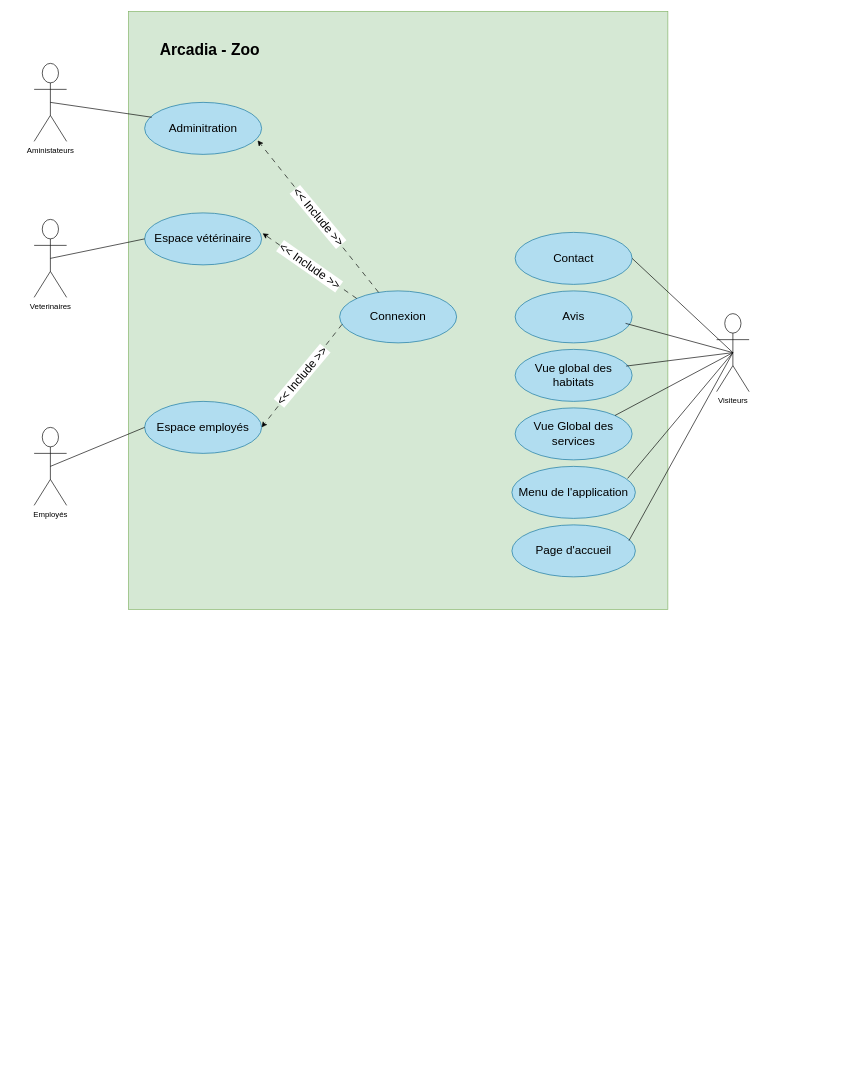
Earlier version of the draw.io diagram Arcadia_zoo.drawio (Mike-mg/Arcadia_Zoo). Source tidied: cells renumbered, new cells numbered last; positions are measured from the earlier drawing's top-left corner, leaving out a move shared by most shapes. Both pictures are drawn from the tidied source at 65%, with x=0, y=0 at pixel (34, 11).
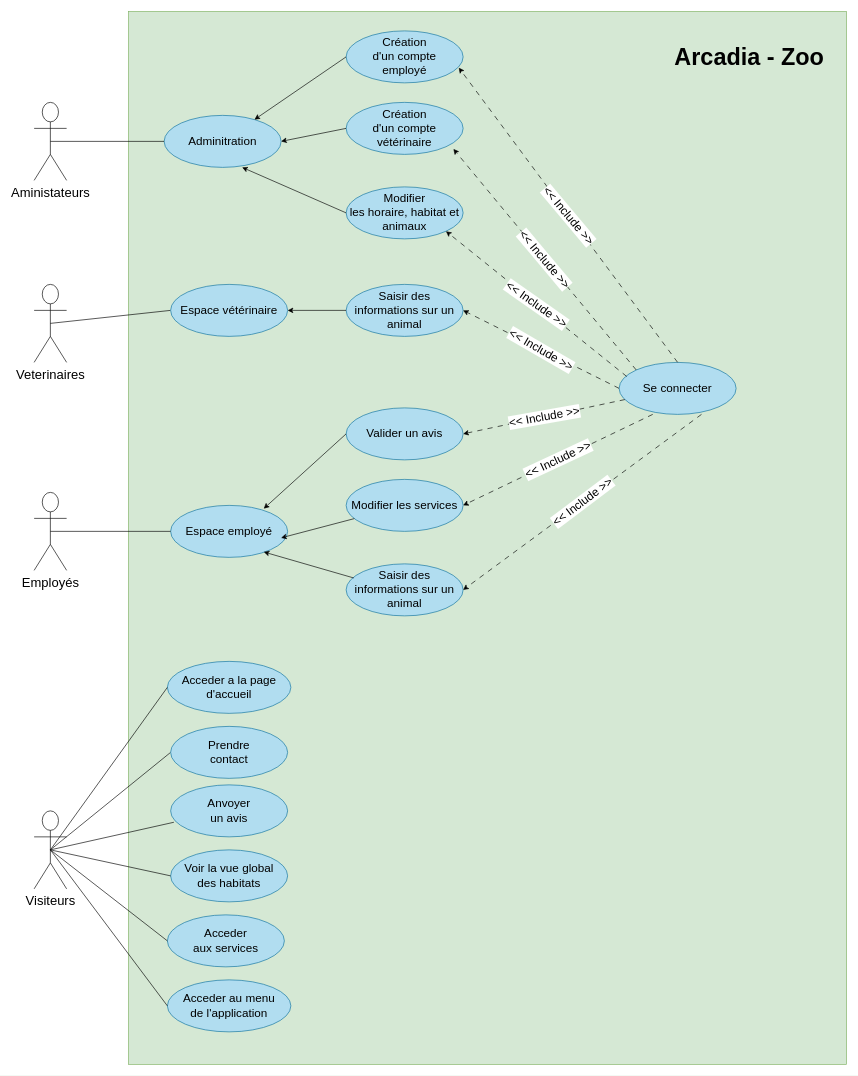
After the change.

Commit message (it also covers changes not shown here):
Mettre à jour Arcadia_zoo.drawio

What changed in the source:
```diff
@@
     <mxCell id="2" style="rounded=0;whiteSpace=wrap;html=1;fillColor=#d5e8d4;strokeColor=#82b366;shadow=0;glass=0;" parent="1" vertex="1">
-      <mxGeometry x="145" width="830" height="920" as="geometry" />
+      <mxGeometry x="145" width="1105" height="1620" as="geometry" />
     </mxCell>
-    <mxCell id="3" value="Employés" style="shape=umlActor;verticalLabelPosition=bottom;verticalAlign=top;html=1;outlineConnect=0;" parent="1" vertex="1">
-      <mxGeometry y="640" width="50" height="120" as="geometry" />
+    <mxCell id="3" value="&lt;font style=&quot;font-size: 20px;&quot;&gt;Employés&lt;/font&gt;" style="shape=umlActor;verticalLabelPosition=bottom;verticalAlign=top;html=1;outlineConnect=0;" parent="1" vertex="1">
+      <mxGeometry y="740" width="50" height="120" as="geometry" />
     </mxCell>
-    <mxCell id="4" value="Aministateurs" style="shape=umlActor;verticalLabelPosition=bottom;verticalAlign=top;html=1;outlineConnect=0;" parent="1" vertex="1">
-      <mxGeometry y="80" width="50" height="120" as="geometry" />
+    <mxCell id="4" value="&lt;font style=&quot;font-size: 20px;&quot;&gt;Aministateurs&lt;/font&gt;" style="shape=umlActor;verticalLabelPosition=bottom;verticalAlign=top;html=1;outlineConnect=0;" parent="1" vertex="1">
+      <mxGeometry y="140" width="50" height="120" as="geometry" />
     </mxCell>
-    <mxCell id="5" value="Visiteurs" style="shape=umlActor;verticalLabelPosition=bottom;verticalAlign=top;html=1;outlineConnect=0;" parent="1" vertex="1">
-      <mxGeometry x="1050" y="465" width="50" height="120" as="geometry" />
+    <mxCell id="5" value="&lt;font style=&quot;font-size: 20px;&quot;&gt;Visiteurs&lt;/font&gt;" style="shape=umlActor;verticalLabelPosition=bottom;verticalAlign=top;html=1;outlineConnect=0;" parent="1" vertex="1">
+      <mxGeometry y="1230" width="50" height="120" as="geometry" />
     </mxCell>
-    <mxCell id="6" value="Arcadia - Zoo" style="text;strokeColor=none;fillColor=none;html=1;fontSize=24;fontStyle=1;verticalAlign=middle;align=center;rounded=0;" parent="1" vertex="1">
-      <mxGeometry x="180" y="40" width="180" height="40" as="geometry" />
+    <mxCell id="6" value="&lt;font style=&quot;font-size: 36px;&quot;&gt;Arcadia - Zoo&lt;/font&gt;" style="text;strokeColor=none;fillColor=none;html=1;fontSize=24;fontStyle=1;verticalAlign=middle;align=center;rounded=0;" parent="1" vertex="1">
+      <mxGeometry x="990" y="40" width="220" height="60" as="geometry" />
     </mxCell>
-    <mxCell id="7" value="&lt;font style=&quot;font-size: 18px;&quot;&gt;Menu de l'application&lt;/font&gt;" style="ellipse;whiteSpace=wrap;html=1;fillColor=#b1ddf0;strokeColor=#10739e;" parent="1" vertex="1">
-      <mxGeometry x="735" y="700" width="190" height="80" as="geometry" />
+    <mxCell id="7" value="&lt;font style=&quot;font-size: 18px;&quot;&gt;Acceder au menu&lt;/font&gt;&lt;div&gt;&lt;font style=&quot;font-size: 18px;&quot;&gt;de l'application&lt;/font&gt;&lt;/div&gt;" style="ellipse;whiteSpace=wrap;html=1;fillColor=#b1ddf0;strokeColor=#10739e;" parent="1" vertex="1">
+      <mxGeometry x="205" y="1490" width="190" height="80" as="geometry" />
     </mxCell>
-    <mxCell id="8" value="Veterinaires" style="shape=umlActor;verticalLabelPosition=bottom;verticalAlign=top;html=1;outlineConnect=0;" parent="1" vertex="1">
-      <mxGeometry y="320" width="50" height="120" as="geometry" />
+    <mxCell id="8" value="&lt;font style=&quot;font-size: 20px;&quot;&gt;Veterinaires&lt;/font&gt;" style="shape=umlActor;verticalLabelPosition=bottom;verticalAlign=top;html=1;outlineConnect=0;" parent="1" vertex="1">
+      <mxGeometry y="420" width="50" height="120" as="geometry" />
     </mxCell>
-    <mxCell id="9" value="&lt;font style=&quot;font-size: 18px;&quot;&gt;Connexion&lt;/font&gt;" style="ellipse;whiteSpace=wrap;html=1;fillColor=#b1ddf0;strokeColor=#10739e;" parent="1" vertex="1">
-      <mxGeometry x="470" y="430" width="180" height="80" as="geometry" />
+    <mxCell id="9" value="&lt;font style=&quot;font-size: 18px;&quot;&gt;Se connecter&lt;/font&gt;" style="ellipse;whiteSpace=wrap;html=1;fillColor=#b1ddf0;strokeColor=#10739e;" parent="1" vertex="1">
+      <mxGeometry x="900" y="540" width="180" height="80" as="geometry" />
     </mxCell>
-    <mxCell id="10" value="&lt;font style=&quot;font-size: 18px;&quot;&gt;Vue global des habitats&lt;/font&gt;" style="ellipse;whiteSpace=wrap;html=1;fillColor=#b1ddf0;strokeColor=#10739e;" parent="1" vertex="1">
-      <mxGeometry x="740" y="520" width="180" height="80" as="geometry" />
+    <mxCell id="10" value="&lt;font style=&quot;font-size: 18px;&quot;&gt;Voir la vue global&lt;/font&gt;&lt;div&gt;&lt;font style=&quot;font-size: 18px;&quot;&gt;des habitats&lt;/font&gt;&lt;/div&gt;" style="ellipse;whiteSpace=wrap;html=1;fillColor=#b1ddf0;strokeColor=#10739e;" parent="1" vertex="1">
+      <mxGeometry x="210" y="1290" width="180" height="80" as="geometry" />
     </mxCell>
-    <mxCell id="11" value="&lt;font style=&quot;font-size: 18px;&quot;&gt;Vue Global des services&lt;/font&gt;" style="ellipse;whiteSpace=wrap;html=1;fillColor=#b1ddf0;strokeColor=#10739e;" parent="1" vertex="1">
-      <mxGeometry x="740" y="610" width="180" height="80" as="geometry" />
+    <mxCell id="11" value="&lt;font style=&quot;font-size: 18px;&quot;&gt;Acceder&lt;/font&gt;&lt;div&gt;&lt;font style=&quot;font-size: 18px;&quot;&gt;aux services&lt;/font&gt;&lt;/div&gt;" style="ellipse;whiteSpace=wrap;html=1;fillColor=#b1ddf0;strokeColor=#10739e;" parent="1" vertex="1">
+      <mxGeometry x="205" y="1390" width="180" height="80" as="geometry" />
     </mxCell>
-    <mxCell id="12" value="&lt;font style=&quot;font-size: 18px;&quot;&gt;Page d'accueil&lt;/font&gt;" style="ellipse;whiteSpace=wrap;html=1;fillColor=#b1ddf0;strokeColor=#10739e;" parent="1" vertex="1">
-      <mxGeometry x="735" y="790" width="190" height="80" as="geometry" />
+    <mxCell id="12" value="&lt;font style=&quot;font-size: 18px;&quot;&gt;Acceder a la page d'accueil&lt;/font&gt;" style="ellipse;whiteSpace=wrap;html=1;fillColor=#b1ddf0;strokeColor=#10739e;" parent="1" vertex="1">
+      <mxGeometry x="205" y="1000" width="190" height="80" as="geometry" />
     </mxCell>
-    <mxCell id="13" style="endArrow=none;html=1;rounded=0;exitX=0.937;exitY=0.232;exitDx=0;exitDy=0;exitPerimeter=0;entryX=0.5;entryY=0.5;entryDx=0;entryDy=0;entryPerimeter=0;" parent="1" edge="1" source="7" target="5">
+    <mxCell id="13" style="endArrow=none;html=1;rounded=0;exitX=0;exitY=0.5;exitDx=0;exitDy=0;entryX=0.5;entryY=0.5;entryDx=0;entryDy=0;entryPerimeter=0;" parent="1" edge="1" source="7" target="5">
       <mxGeometry relative="1" as="geometry" />
     </mxCell>
-    <mxCell id="14" style="endArrow=none;html=1;rounded=0;exitX=0.948;exitY=0.304;exitDx=0;exitDy=0;exitPerimeter=0;entryX=0.5;entryY=0.5;entryDx=0;entryDy=0;entryPerimeter=0;" parent="1" edge="1" source="12" target="5">
+    <mxCell id="14" style="endArrow=none;html=1;rounded=0;exitX=0;exitY=0.5;exitDx=0;exitDy=0;entryX=0.5;entryY=0.5;entryDx=0;entryDy=0;entryPerimeter=0;" parent="1" edge="1" source="12" target="5">
       <mxGeometry relative="1" as="geometry" />
     </mxCell>
-    <mxCell id="15" style="endArrow=none;html=1;rounded=0;exitX=1;exitY=0;exitDx=0;exitDy=0;entryX=0.5;entryY=0.5;entryDx=0;entryDy=0;entryPerimeter=0;" parent="1" edge="1" source="11" target="5">
+    <mxCell id="15" style="endArrow=none;html=1;rounded=0;exitX=0;exitY=0.5;exitDx=0;exitDy=0;entryX=0.5;entryY=0.5;entryDx=0;entryDy=0;entryPerimeter=0;" parent="1" edge="1" source="17" target="5">
       <mxGeometry relative="1" as="geometry" />
     </mxCell>
-    <mxCell id="16" style="endArrow=none;html=1;rounded=0;exitX=0.949;exitY=0.321;exitDx=0;exitDy=0;exitPerimeter=0;entryX=0.5;entryY=0.5;entryDx=0;entryDy=0;entryPerimeter=0;" parent="1" edge="1" source="10" target="5">
+    <mxCell id="16" style="endArrow=none;html=1;rounded=0;exitX=0;exitY=0.5;exitDx=0;exitDy=0;entryX=0.5;entryY=0.5;entryDx=0;entryDy=0;entryPerimeter=0;" parent="1" edge="1" source="10" target="5">
       <mxGeometry relative="1" as="geometry" />
     </mxCell>
-    <mxCell id="17" value="&lt;font style=&quot;font-size: 18px;&quot;&gt;Contact&lt;/font&gt;" style="ellipse;whiteSpace=wrap;html=1;fillColor=#b1ddf0;strokeColor=#10739e;" parent="1" vertex="1">
-      <mxGeometry x="740" y="340" width="180" height="80" as="geometry" />
-    </mxCell>
-    <mxCell id="18" value="&lt;font style=&quot;font-size: 18px;&quot;&gt;Avis&lt;/font&gt;" style="ellipse;whiteSpace=wrap;html=1;fillColor=#b1ddf0;strokeColor=#10739e;" parent="1" vertex="1">
-      <mxGeometry x="740" y="430" width="180" height="80" as="geometry" />
+    <mxCell id="18" value="&lt;font style=&quot;font-size: 18px;&quot;&gt;Anvoyer&lt;/font&gt;&lt;div&gt;&lt;font style=&quot;font-size: 18px;&quot;&gt;un avis&lt;/font&gt;&lt;/div&gt;" style="ellipse;whiteSpace=wrap;html=1;fillColor=#b1ddf0;strokeColor=#10739e;" parent="1" vertex="1">
+      <mxGeometry x="210" y="1190" width="180" height="80" as="geometry" />
     </mxCell>
-    <mxCell id="19" style="endArrow=none;html=1;rounded=0;exitX=0.944;exitY=0.625;exitDx=0;exitDy=0;exitPerimeter=0;entryX=0.5;entryY=0.5;entryDx=0;entryDy=0;entryPerimeter=0;" parent="1" edge="1" source="18" target="5">
+    <mxCell id="19" style="endArrow=none;html=1;rounded=0;exitX=0.028;exitY=0.719;exitDx=0;exitDy=0;exitPerimeter=0;entryX=0.5;entryY=0.5;entryDx=0;entryDy=0;entryPerimeter=0;" parent="1" edge="1" source="18" target="5">
       <mxGeometry relative="1" as="geometry" />
     </mxCell>
-    <mxCell id="20" style="endArrow=none;html=1;rounded=0;exitX=1;exitY=0.5;exitDx=0;exitDy=0;entryX=0.5;entryY=0.5;entryDx=0;entryDy=0;entryPerimeter=0;" parent="1" edge="1" source="17" target="5">
-      <mxGeometry relative="1" as="geometry" />
-    </mxCell>
     <mxCell id="21" value="&lt;font style=&quot;font-size: 18px;&quot;&gt;Adminitration&lt;/font&gt;" style="ellipse;whiteSpace=wrap;html=1;fillColor=#b1ddf0;strokeColor=#10739e;" parent="1" vertex="1">
-      <mxGeometry x="170" y="140" width="180" height="80" as="geometry" />
+      <mxGeometry x="200" y="160" width="180" height="80" as="geometry" />
     </mxCell>
-    <mxCell id="22" style="endArrow=classic;html=1;rounded=0;entryX=0.966;entryY=0.732;entryDx=0;entryDy=0;entryPerimeter=0;endFill=1;dashed=1;dashPattern=8 8;" parent="1" edge="1" source="9" target="21">
-      <mxGeometry relative="1" as="geometry" />
-    </mxCell>
-    <mxCell id="23" value="&lt;font style=&quot;font-size: 18px;&quot;&gt;&amp;lt;&amp;lt; Include &amp;gt;&amp;gt;&lt;/font&gt;" style="edgeLabel;html=1;align=center;verticalAlign=middle;rotation=50;" parent="22" vertex="1">
-      <mxGeometry relative="1" as="geometry" />
-    </mxCell>
-    <mxCell id="24" value="&lt;font style=&quot;font-size: 18px;&quot;&gt;Espace vétérinaire&lt;/font&gt;" style="ellipse;whiteSpace=wrap;html=1;fillColor=#b1ddf0;strokeColor=#10739e;" parent="1" vertex="1">
-      <mxGeometry x="170" y="310" width="180" height="80" as="geometry" />
+    <mxCell id="24" value="&lt;font style=&quot;font-size: 18px;&quot;&gt;Saisir des informations sur un animal&lt;/font&gt;" style="ellipse;whiteSpace=wrap;html=1;fillColor=#b1ddf0;strokeColor=#10739e;" parent="1" vertex="1">
+      <mxGeometry x="480" y="420" width="180" height="80" as="geometry" />
     </mxCell>
-    <mxCell id="25" style="endArrow=classic;html=1;rounded=0;entryX=1.009;entryY=0.393;entryDx=0;entryDy=0;entryPerimeter=0;endFill=1;dashed=1;dashPattern=8 8;exitX=0;exitY=0;exitDx=0;exitDy=0;" parent="1" edge="1" source="9" target="24">
-      <mxGeometry relative="1" as="geometry" />
-    </mxCell>
-    <mxCell id="26" value="&lt;font style=&quot;font-size: 18px;&quot;&gt;&amp;lt;&amp;lt; Include &amp;gt;&amp;gt;&lt;/font&gt;" style="edgeLabel;html=1;align=center;verticalAlign=middle;rotation=35;" parent="25" vertex="1">
-      <mxGeometry relative="1" as="geometry" />
-    </mxCell>
-    <mxCell id="27" value="&lt;font style=&quot;font-size: 18px;&quot;&gt;Espace employés&lt;/font&gt;" style="ellipse;whiteSpace=wrap;html=1;fillColor=#b1ddf0;strokeColor=#10739e;" parent="1" vertex="1">
-      <mxGeometry x="170" y="600" width="180" height="80" as="geometry" />
+    <mxCell id="27" value="&lt;font style=&quot;font-size: 18px;&quot;&gt;Espace employé&lt;/font&gt;" style="ellipse;whiteSpace=wrap;html=1;fillColor=#b1ddf0;strokeColor=#10739e;" parent="1" vertex="1">
+      <mxGeometry x="210" y="760" width="180" height="80" as="geometry" />
     </mxCell>
-    <mxCell id="28" style="endArrow=classic;html=1;rounded=0;entryX=1;entryY=0.5;entryDx=0;entryDy=0;endFill=1;dashed=1;dashPattern=8 8;exitX=0.021;exitY=0.643;exitDx=0;exitDy=0;exitPerimeter=0;" parent="1" edge="1" source="9" target="27">
+    <mxCell id="28" style="endArrow=classic;html=1;rounded=0;entryX=1;entryY=0.5;entryDx=0;entryDy=0;endFill=1;dashed=1;dashPattern=8 8;exitX=0;exitY=0.5;exitDx=0;exitDy=0;" parent="1" edge="1" source="9" target="24">
       <mxGeometry relative="1" as="geometry" />
     </mxCell>
-    <mxCell id="29" value="&lt;font style=&quot;font-size: 18px;&quot;&gt;&amp;lt;&amp;lt; Include &amp;gt;&amp;gt;&lt;/font&gt;" style="edgeLabel;html=1;align=center;verticalAlign=middle;rotation=-50;" parent="28" vertex="1">
+    <mxCell id="29" value="&lt;font style=&quot;font-size: 18px;&quot;&gt;&amp;lt;&amp;lt; Include &amp;gt;&amp;gt;&lt;/font&gt;" style="edgeLabel;html=1;align=center;verticalAlign=middle;rotation=30;" parent="28" vertex="1">
       <mxGeometry relative="1" as="geometry" />
     </mxCell>
-    <mxCell id="30" style="endArrow=none;html=1;rounded=0;exitX=0.5;exitY=0.5;exitDx=0;exitDy=0;entryX=0.061;entryY=0.286;entryDx=0;entryDy=0;entryPerimeter=0;exitPerimeter=0;" parent="1" edge="1" source="4" target="21">
+    <mxCell id="30" style="endArrow=none;html=1;rounded=0;exitX=0.5;exitY=0.5;exitDx=0;exitDy=0;entryX=0;entryY=0.5;entryDx=0;entryDy=0;exitPerimeter=0;" parent="1" edge="1" source="4" target="21">
       <mxGeometry relative="1" as="geometry" />
     </mxCell>
-    <mxCell id="31" style="endArrow=none;html=1;rounded=0;exitX=0.5;exitY=0.5;exitDx=0;exitDy=0;entryX=0;entryY=0.5;entryDx=0;entryDy=0;exitPerimeter=0;" parent="1" edge="1" source="8" target="24">
+    <mxCell id="31" style="endArrow=none;html=1;rounded=0;exitX=0.5;exitY=0.5;exitDx=0;exitDy=0;entryX=0;entryY=0.5;entryDx=0;entryDy=0;exitPerimeter=0;" parent="1" edge="1" source="8" target="36">
       <mxGeometry relative="1" as="geometry" />
     </mxCell>
@@
+    <mxCell id="17" value="&lt;font style=&quot;font-size: 18px;&quot;&gt;Prendre&lt;/font&gt;&lt;div&gt;&lt;font style=&quot;font-size: 18px;&quot;&gt;c&lt;/font&gt;&lt;span style=&quot;font-size: 18px; background-color: initial;&quot;&gt;ontact&lt;/span&gt;&lt;/div&gt;" style="ellipse;whiteSpace=wrap;html=1;fillColor=#b1ddf0;strokeColor=#10739e;" parent="1" vertex="1">
+      <mxGeometry x="210" y="1100" width="180" height="80" as="geometry" />
+    </mxCell>
+    <mxCell id="33" value="&lt;font style=&quot;font-size: 18px;&quot;&gt;Valider un avis&lt;/font&gt;" style="ellipse;whiteSpace=wrap;html=1;fillColor=#b1ddf0;strokeColor=#10739e;" parent="1" vertex="1">
+      <mxGeometry x="480" y="610" width="180" height="80" as="geometry" />
+    </mxCell>
+    <mxCell id="34" value="&lt;font style=&quot;font-size: 18px;&quot;&gt;Modifier&lt;/font&gt;&lt;div&gt;&lt;font style=&quot;font-size: 18px;&quot;&gt;les horaire, habitat et animaux&lt;/font&gt;&lt;/div&gt;" style="ellipse;whiteSpace=wrap;html=1;fillColor=#b1ddf0;strokeColor=#10739e;" parent="1" vertex="1">
+      <mxGeometry x="480" y="270" width="180" height="80" as="geometry" />
+    </mxCell>
+    <mxCell id="35" value="&lt;font style=&quot;font-size: 18px;&quot;&gt;Création&lt;/font&gt;&lt;div&gt;&lt;font style=&quot;font-size: 18px;&quot;&gt;d'un compte&lt;/font&gt;&lt;/div&gt;&lt;div&gt;&lt;font style=&quot;font-size: 18px;&quot;&gt;employé&lt;/font&gt;&lt;/div&gt;" style="ellipse;whiteSpace=wrap;html=1;fillColor=#b1ddf0;strokeColor=#10739e;" parent="1" vertex="1">
+      <mxGeometry x="480" y="30" width="180" height="80" as="geometry" />
+    </mxCell>
+    <mxCell id="36" value="&lt;font style=&quot;font-size: 18px;&quot;&gt;Espace vétérinaire&lt;/font&gt;" style="ellipse;whiteSpace=wrap;html=1;fillColor=#b1ddf0;strokeColor=#10739e;" parent="1" vertex="1">
+      <mxGeometry x="210" y="420" width="180" height="80" as="geometry" />
+    </mxCell>
+    <mxCell id="37" style="endArrow=none;html=1;rounded=0;exitX=0;exitY=0.5;exitDx=0;exitDy=0;entryX=0.5;entryY=0.5;entryDx=0;entryDy=0;entryPerimeter=0;" parent="1" edge="1" source="11" target="5">
+      <mxGeometry relative="1" as="geometry" />
+    </mxCell>
+    <mxCell id="38" style="endArrow=classic;html=1;rounded=0;exitX=0;exitY=0.5;exitDx=0;exitDy=0;entryX=1;entryY=0.5;entryDx=0;entryDy=0;" parent="1" edge="1" source="24" target="36">
+      <mxGeometry relative="1" as="geometry" />
+    </mxCell>
+    <mxCell id="39" value="&lt;font style=&quot;font-size: 18px;&quot;&gt;Création&lt;/font&gt;&lt;div&gt;&lt;font style=&quot;font-size: 18px;&quot;&gt;d'un compte vétérinaire&lt;/font&gt;&lt;/div&gt;" style="ellipse;whiteSpace=wrap;html=1;fillColor=#b1ddf0;strokeColor=#10739e;" parent="1" vertex="1">
+      <mxGeometry x="480" y="140" width="180" height="80" as="geometry" />
+    </mxCell>
+    <mxCell id="40" style="endArrow=classic;html=1;rounded=0;exitX=0;exitY=0.5;exitDx=0;exitDy=0;" parent="1" edge="1" source="35" target="21">
+      <mxGeometry relative="1" as="geometry" />
+    </mxCell>
+    <mxCell id="41" style="endArrow=classic;html=1;rounded=0;exitX=0;exitY=0.5;exitDx=0;exitDy=0;entryX=1;entryY=0.5;entryDx=0;entryDy=0;" parent="1" edge="1" source="39" target="21">
+      <mxGeometry relative="1" as="geometry" />
+    </mxCell>
+    <mxCell id="42" style="endArrow=classic;html=1;rounded=0;exitX=0;exitY=0.5;exitDx=0;exitDy=0;entryX=0.667;entryY=1;entryDx=0;entryDy=0;entryPerimeter=0;" parent="1" edge="1" source="34" target="21">
+      <mxGeometry relative="1" as="geometry" />
+    </mxCell>
+    <mxCell id="43" style="endArrow=classic;html=1;rounded=0;endFill=1;dashed=1;dashPattern=8 8;exitX=0.065;exitY=0.271;exitDx=0;exitDy=0;exitPerimeter=0;entryX=1;entryY=1;entryDx=0;entryDy=0;" parent="1" edge="1" source="9" target="34">
+      <mxGeometry relative="1" as="geometry" />
+    </mxCell>
+    <mxCell id="26" value="&lt;font style=&quot;font-size: 18px;&quot;&gt;&amp;lt;&amp;lt; Include &amp;gt;&amp;gt;&lt;/font&gt;" style="edgeLabel;html=1;align=center;verticalAlign=middle;rotation=35;" parent="43" vertex="1">
+      <mxGeometry relative="1" as="geometry" />
+    </mxCell>
+    <mxCell id="44" style="endArrow=classic;html=1;rounded=0;endFill=1;dashed=1;dashPattern=8 8;exitX=0;exitY=0;exitDx=0;exitDy=0;entryX=0.917;entryY=0.896;entryDx=0;entryDy=0;entryPerimeter=0;" parent="1" edge="1" source="9" target="39">
+      <mxGeometry relative="1" as="geometry" />
+    </mxCell>
+    <mxCell id="45" value="&lt;font style=&quot;font-size: 18px;&quot;&gt;&amp;lt;&amp;lt; Include &amp;gt;&amp;gt;&lt;/font&gt;" style="edgeLabel;html=1;align=center;verticalAlign=middle;rotation=50;" parent="44" vertex="1">
+      <mxGeometry relative="1" as="geometry" />
+    </mxCell>
+    <mxCell id="46" style="endArrow=classic;html=1;rounded=0;endFill=1;dashed=1;dashPattern=8 8;exitX=0.5;exitY=0;exitDx=0;exitDy=0;entryX=0.963;entryY=0.708;entryDx=0;entryDy=0;entryPerimeter=0;" parent="1" edge="1" source="9" target="35">
+      <mxGeometry relative="1" as="geometry" />
+    </mxCell>
+    <mxCell id="47" value="&lt;font style=&quot;font-size: 18px;&quot;&gt;&amp;lt;&amp;lt; Include &amp;gt;&amp;gt;&lt;/font&gt;" style="edgeLabel;html=1;align=center;verticalAlign=middle;rotation=50;" parent="46" vertex="1">
+      <mxGeometry relative="1" as="geometry" />
+    </mxCell>
+    <mxCell id="48" style="endArrow=classic;html=1;rounded=0;exitX=0;exitY=0.5;exitDx=0;exitDy=0;entryX=0.796;entryY=0.063;entryDx=0;entryDy=0;entryPerimeter=0;" parent="1" edge="1" source="33" target="27">
+      <mxGeometry relative="1" as="geometry" />
+    </mxCell>
+    <mxCell id="49" value="&lt;font style=&quot;font-size: 18px;&quot;&gt;Modifier les services&lt;/font&gt;" style="ellipse;whiteSpace=wrap;html=1;fillColor=#b1ddf0;strokeColor=#10739e;" parent="1" vertex="1">
+      <mxGeometry x="480" y="720" width="180" height="80" as="geometry" />
+    </mxCell>
+    <mxCell id="50" value="&lt;font style=&quot;font-size: 18px;&quot;&gt;Saisir des informations sur un animal&lt;/font&gt;" style="ellipse;whiteSpace=wrap;html=1;fillColor=#b1ddf0;strokeColor=#10739e;" parent="1" vertex="1">
+      <mxGeometry x="480" y="850" width="180" height="80" as="geometry" />
+    </mxCell>
+    <mxCell id="51" style="endArrow=classic;html=1;rounded=0;entryX=0.944;entryY=0.625;entryDx=0;entryDy=0;entryPerimeter=0;" parent="1" edge="1" source="49" target="27">
+      <mxGeometry relative="1" as="geometry" />
+    </mxCell>
+    <mxCell id="52" style="endArrow=classic;html=1;rounded=0;entryX=0.796;entryY=0.896;entryDx=0;entryDy=0;entryPerimeter=0;exitX=0.065;exitY=0.271;exitDx=0;exitDy=0;exitPerimeter=0;" parent="1" edge="1" source="50" target="27">
+      <mxGeometry relative="1" as="geometry" />
+    </mxCell>
+    <mxCell id="53" style="endArrow=classic;html=1;rounded=0;entryX=1;entryY=0.5;entryDx=0;entryDy=0;endFill=1;dashed=1;dashPattern=8 8;" parent="1" edge="1" source="9" target="33">
+      <mxGeometry relative="1" as="geometry" />
+    </mxCell>
+    <mxCell id="54" value="&lt;font style=&quot;font-size: 18px;&quot;&gt;&amp;lt;&amp;lt; Include &amp;gt;&amp;gt;&lt;/font&gt;" style="edgeLabel;html=1;align=center;verticalAlign=middle;rotation=-10;" parent="53" vertex="1">
+      <mxGeometry relative="1" as="geometry" />
+    </mxCell>
+    <mxCell id="55" style="endArrow=classic;html=1;rounded=0;entryX=1;entryY=0.5;entryDx=0;entryDy=0;endFill=1;dashed=1;dashPattern=8 8;exitX=0.287;exitY=1;exitDx=0;exitDy=0;exitPerimeter=0;" parent="1" edge="1" source="9" target="49">
+      <mxGeometry relative="1" as="geometry" />
+    </mxCell>
+    <mxCell id="56" value="&lt;font style=&quot;font-size: 18px;&quot;&gt;&amp;lt;&amp;lt; Include &amp;gt;&amp;gt;&lt;/font&gt;" style="edgeLabel;html=1;align=center;verticalAlign=middle;rotation=-25;" parent="55" vertex="1">
+      <mxGeometry relative="1" as="geometry" />
+    </mxCell>
+    <mxCell id="57" style="endArrow=classic;html=1;rounded=0;entryX=1;entryY=0.5;entryDx=0;entryDy=0;endFill=1;dashed=1;dashPattern=8 8;exitX=0.704;exitY=1;exitDx=0;exitDy=0;exitPerimeter=0;" parent="1" edge="1" source="9" target="50">
+      <mxGeometry relative="1" as="geometry" />
+    </mxCell>
+    <mxCell id="58" value="&lt;font style=&quot;font-size: 18px;&quot;&gt;&amp;lt;&amp;lt; Include &amp;gt;&amp;gt;&lt;/font&gt;" style="edgeLabel;html=1;align=center;verticalAlign=middle;rotation=-37;" parent="57" vertex="1">
+      <mxGeometry relative="1" as="geometry" />
+    </mxCell>
```
